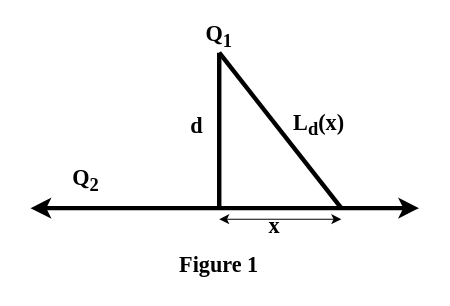
Above: weblog/ChargedParticle.drawio in coderodde/coderodde.github.io (draw.io), before the change. Source tidied: cells renumbered, new cells numbered last; positions are measured from the earlier drawing's top-left corner, leaving out a move shared by most shapes. Both pictures are drawn from the tidied source at 111%, with x=0, y=0 at pixel (30, 19).
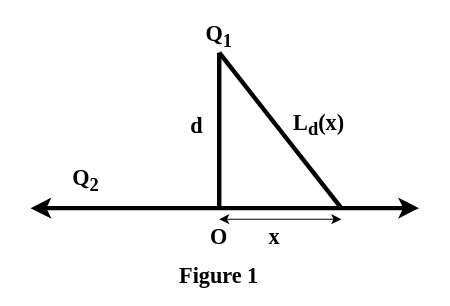
After the change.

The edit, as a diff of the source:
```diff
@@
 <mxGraphModel>
   <root>
     <mxCell id="0" />
     <mxCell id="1" parent="0" />
     <mxCell id="2" style="endArrow=classic;startArrow=classic;html=1;rounded=0;strokeWidth=4;" parent="1" edge="1">
       <mxGeometry relative="1" as="geometry">
         <mxPoint y="170" as="sourcePoint" />
         <mxPoint x="350" y="170" as="targetPoint" />
       </mxGeometry>
     </mxCell>
     <mxCell id="3" style="endArrow=none;html=1;rounded=0;strokeWidth=4;" parent="1" edge="1">
       <mxGeometry relative="1" as="geometry">
         <mxPoint x="170" y="170" as="sourcePoint" />
         <mxPoint x="170" y="30" as="targetPoint" />
       </mxGeometry>
     </mxCell>
     <mxCell id="4" style="endArrow=none;html=1;rounded=0;strokeWidth=4;" parent="1" edge="1">
       <mxGeometry relative="1" as="geometry">
         <mxPoint x="170" y="30" as="sourcePoint" />
         <mxPoint x="280" y="170" as="targetPoint" />
       </mxGeometry>
     </mxCell>
     <mxCell id="5" value="&lt;font face=&quot;Times New Roman&quot; style=&quot;font-size: 20px&quot;&gt;&lt;b&gt;Q&lt;sub&gt;1&lt;/sub&gt;&lt;/b&gt;&lt;/font&gt;" style="text;html=1;strokeColor=none;fillColor=none;align=center;verticalAlign=middle;whiteSpace=wrap;rounded=0;" parent="1" vertex="1">
       <mxGeometry x="140" width="60" height="30" as="geometry" />
     </mxCell>
     <mxCell id="6" value="&lt;font face=&quot;Times New Roman&quot; style=&quot;font-size: 20px&quot;&gt;&lt;b&gt;Q&lt;sub&gt;2&lt;/sub&gt;&lt;/b&gt;&lt;/font&gt;" style="text;html=1;strokeColor=none;fillColor=none;align=center;verticalAlign=middle;whiteSpace=wrap;rounded=0;" parent="1" vertex="1">
       <mxGeometry x="20" y="130" width="60" height="30" as="geometry" />
     </mxCell>
     <mxCell id="7" value="&lt;font face=&quot;Times New Roman&quot;&gt;&lt;span style=&quot;font-size: 20px&quot;&gt;&lt;b&gt;d&lt;/b&gt;&lt;/span&gt;&lt;/font&gt;" style="text;html=1;strokeColor=none;fillColor=none;align=center;verticalAlign=middle;whiteSpace=wrap;rounded=0;" parent="1" vertex="1">
       <mxGeometry x="120" y="80" width="60" height="30" as="geometry" />
     </mxCell>
     <mxCell id="8" value="&lt;font face=&quot;Times New Roman&quot;&gt;&lt;span style=&quot;font-size: 20px&quot;&gt;&lt;b&gt;L&lt;sub&gt;d&lt;/sub&gt;(x)&lt;/b&gt;&lt;/span&gt;&lt;/font&gt;" style="text;html=1;strokeColor=none;fillColor=none;align=center;verticalAlign=middle;whiteSpace=wrap;rounded=0;" parent="1" vertex="1">
       <mxGeometry x="230" y="80" width="60" height="30" as="geometry" />
     </mxCell>
     <mxCell id="9" style="endArrow=classic;startArrow=classic;html=1;rounded=0;" parent="1" edge="1">
       <mxGeometry relative="1" as="geometry">
         <mxPoint x="170" y="180" as="sourcePoint" />
         <mxPoint x="280" y="180" as="targetPoint" />
       </mxGeometry>
     </mxCell>
     <mxCell id="10" value="&lt;font face=&quot;Times New Roman&quot;&gt;&lt;span style=&quot;font-size: 20px&quot;&gt;&lt;b&gt;x&lt;br&gt;&lt;/b&gt;&lt;/span&gt;&lt;/font&gt;" style="text;html=1;strokeColor=none;fillColor=none;align=center;verticalAlign=middle;whiteSpace=wrap;rounded=0;" parent="1" vertex="1">
-      <mxGeometry x="190" y="170" width="60" height="30" as="geometry" />
+      <mxGeometry x="190" y="180" width="60" height="30" as="geometry" />
     </mxCell>
     <mxCell id="11" value="&lt;font face=&quot;Times New Roman&quot; size=&quot;1&quot;&gt;&lt;b style=&quot;font-size: 20px&quot;&gt;Figure 1&lt;/b&gt;&lt;/font&gt;" style="text;html=1;strokeColor=none;fillColor=none;align=center;verticalAlign=middle;whiteSpace=wrap;rounded=0;" parent="1" vertex="1">
-      <mxGeometry x="65" y="210" width="210" height="20" as="geometry" />
+      <mxGeometry x="65" y="220" width="210" height="20" as="geometry" />
     </mxCell>
+    <mxCell id="12" value="&lt;font face=&quot;Times New Roman&quot;&gt;&lt;span style=&quot;font-size: 20px&quot;&gt;&lt;b&gt;O&lt;br&gt;&lt;/b&gt;&lt;/span&gt;&lt;/font&gt;" style="text;html=1;strokeColor=none;fillColor=none;align=center;verticalAlign=middle;whiteSpace=wrap;rounded=0;" parent="1" vertex="1">
+      <mxGeometry x="140" y="180" width="60" height="30" as="geometry" />
+    </mxCell>
   </root>
 </mxGraphModel>
```
